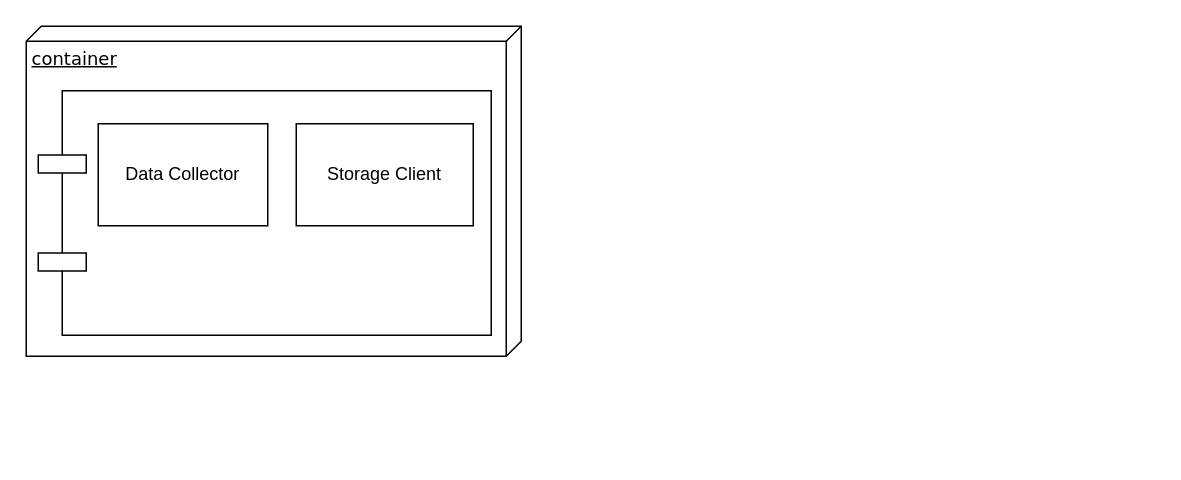
The draw.io diagram HybridDB.drawio in iAmSKU/iot-data-viewer-app, before the edit. Source tidied: cells renumbered, new cells numbered last; positions are measured from the earlier drawing's top-left corner, leaving out a move shared by most shapes. Both pictures are drawn from the tidied source at 150%, with x=0, y=0 at pixel (26, 26).
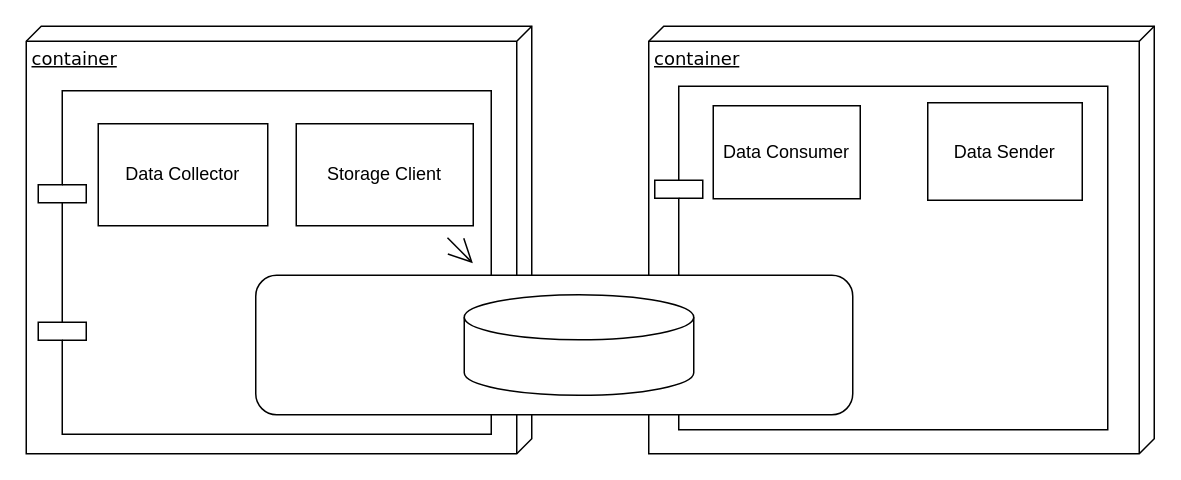
The same diagram, later.

Change to the diagram source:
```diff
@@
 <mxGraphModel>
   <root>
     <mxCell id="0" />
     <mxCell id="1" parent="0" />
+    <mxCell id="6" value="container" style="verticalAlign=top;align=left;spacingTop=8;spacingLeft=2;spacingRight=12;shape=cube;size=10;direction=south;fontStyle=4;html=1;rounded=0;shadow=0;comic=0;labelBackgroundColor=none;strokeWidth=1;fontFamily=Verdana;fontSize=12;hachureGap=4;" parent="1" vertex="1">
+      <mxGeometry x="415" width="337" height="285" as="geometry" />
+    </mxCell>
+    <mxCell id="7" style="shape=component;align=left;spacingLeft=36;rounded=0;shadow=0;comic=0;labelBackgroundColor=none;strokeWidth=1;fontFamily=Verdana;fontSize=12;html=1;hachureGap=4;" parent="1" vertex="1">
+      <mxGeometry x="419" y="40" width="302" height="229" as="geometry" />
+    </mxCell>
     <mxCell id="2" value="container" style="verticalAlign=top;align=left;spacingTop=8;spacingLeft=2;spacingRight=12;shape=cube;size=10;direction=south;fontStyle=4;html=1;rounded=0;shadow=0;comic=0;labelBackgroundColor=none;strokeWidth=1;fontFamily=Verdana;fontSize=12;hachureGap=4;" parent="1" vertex="1">
-      <mxGeometry width="330" height="220" as="geometry" />
+      <mxGeometry width="337" height="285" as="geometry" />
     </mxCell>
     <mxCell id="3" style="shape=component;align=left;spacingLeft=36;rounded=0;shadow=0;comic=0;labelBackgroundColor=none;strokeWidth=1;fontFamily=Verdana;fontSize=12;html=1;hachureGap=4;" parent="1" vertex="1">
-      <mxGeometry x="8" y="43" width="302" height="163" as="geometry" />
+      <mxGeometry x="8" y="43" width="302" height="229" as="geometry" />
     </mxCell>
     <mxCell id="4" value="Data Collector" style="rounded=0;whiteSpace=wrap;html=1;hachureGap=4;" parent="1" vertex="1">
       <mxGeometry x="48" y="65" width="113" height="68" as="geometry" />
     </mxCell>
+    <mxCell id="8" style="edgeStyle=none;curved=1;rounded=0;jettySize=auto;html=1;endArrow=open;startSize=14;endSize=14;sourcePerimeterSpacing=8;targetPerimeterSpacing=8;" parent="1" edge="1" source="5" target="9">
+      <mxGeometry relative="1" as="geometry" />
+    </mxCell>
     <mxCell id="5" value="Storage Client" style="rounded=0;whiteSpace=wrap;html=1;hachureGap=4;" parent="1" vertex="1">
       <mxGeometry x="180" y="65" width="118" height="68" as="geometry" />
     </mxCell>
+    <mxCell id="9" style="rounded=1;whiteSpace=wrap;html=1;hachureGap=4;" parent="1" vertex="1">
+      <mxGeometry x="153" y="166" width="398" height="93" as="geometry" />
+    </mxCell>
+    <mxCell id="10" style="shape=cylinder3;whiteSpace=wrap;html=1;boundedLbl=1;backgroundOutline=1;size=15;hachureGap=4;" parent="1" vertex="1">
+      <mxGeometry x="292" y="179" width="153" height="67" as="geometry" />
+    </mxCell>
+    <mxCell id="11" value="Data Consumer" style="rounded=0;whiteSpace=wrap;html=1;hachureGap=4;" parent="1" vertex="1">
+      <mxGeometry x="458" y="53" width="98" height="62" as="geometry" />
+    </mxCell>
+    <mxCell id="12" value="Data Sender" style="rounded=0;whiteSpace=wrap;html=1;hachureGap=4;" parent="1" vertex="1">
+      <mxGeometry x="601" y="51" width="103" height="65" as="geometry" />
+    </mxCell>
   </root>
 </mxGraphModel>
```
